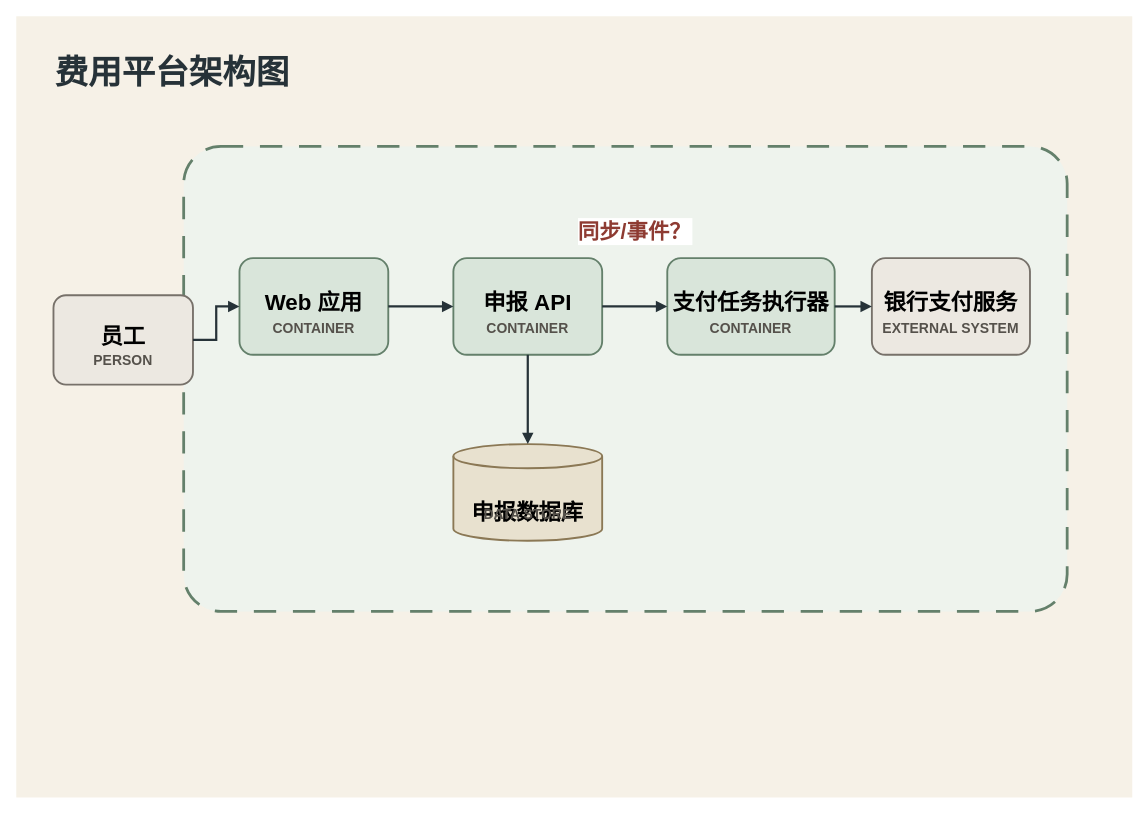
Above: diagrams/mod-12-architecture-review-problem.drawio in sealday/tego-arch (draw.io), before the change. Source tidied: cells renumbered, new cells numbered last; positions are measured from the earlier drawing's top-left corner, leaving out a move shared by most shapes. Both pictures are drawn from the tidied source at 93%, with x=0, y=0 at pixel (16, 16).
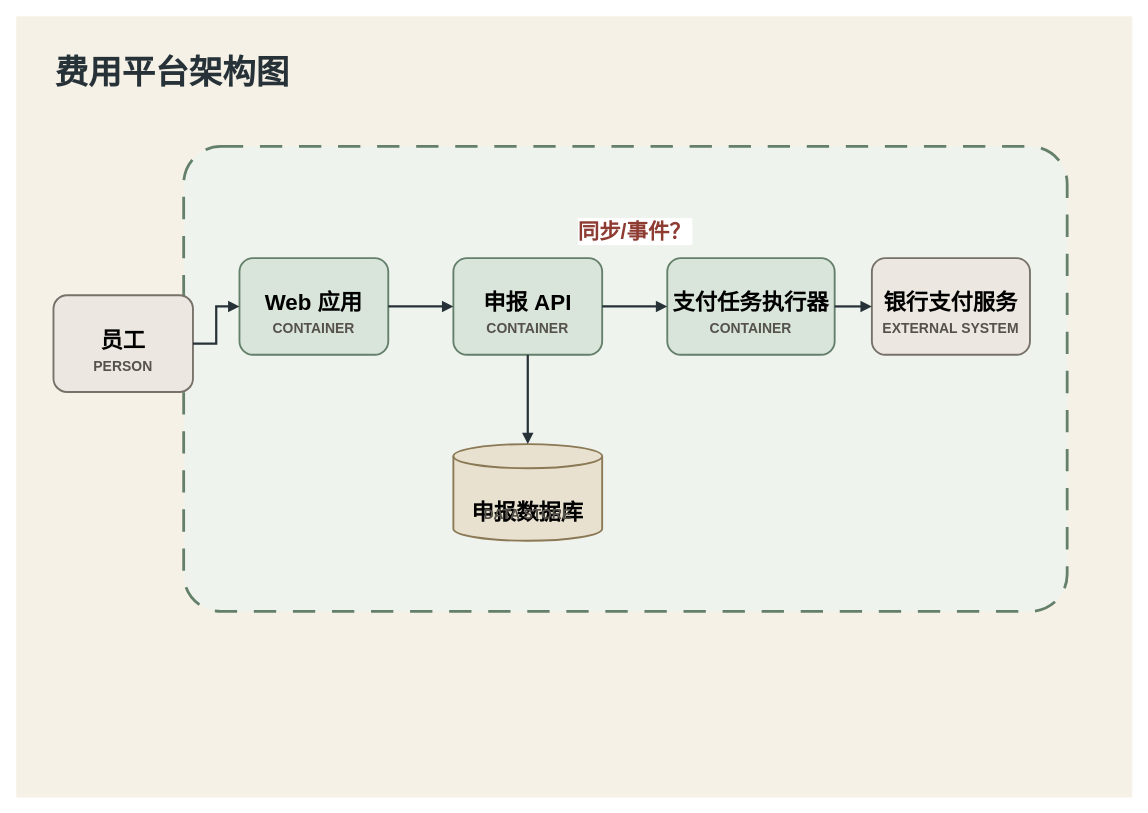
The same page after the edit.

What changed in the source:
```diff
@@
-    <mxCell id="5" value="员工" style="rounded=1;arcSize=14;whiteSpace=wrap;html=0;fillColor=#ECE8E1;strokeColor=#77716A;strokeWidth=2;fontSize=24;fontStyle=1;verticalAlign=top;spacingTop=24;" parent="1" vertex="1">
-      <mxGeometry x="40" y="300" width="150" height="96" as="geometry" />
+    <mxCell id="5" value="员工" style="rounded=1;arcSize=14;whiteSpace=wrap;html=0;fillColor=#ECE8E1;strokeColor=#77716A;strokeWidth=2;fontSize=24;fontStyle=1;verticalAlign=top;spacingTop=28;" parent="1" vertex="1">
+      <mxGeometry x="40" y="300" width="150" height="104" as="geometry" />
     </mxCell>
     <mxCell id="6" value="PERSON" style="text;html=0;strokeColor=none;fillColor=none;align=center;verticalAlign=middle;fontSize=15;fontStyle=1;fontColor=#55514B;" parent="1" vertex="1">
-      <mxGeometry x="56" y="358" width="118" height="22" as="geometry" />
+      <mxGeometry x="56" y="364" width="118" height="22" as="geometry" />
     </mxCell>
```
